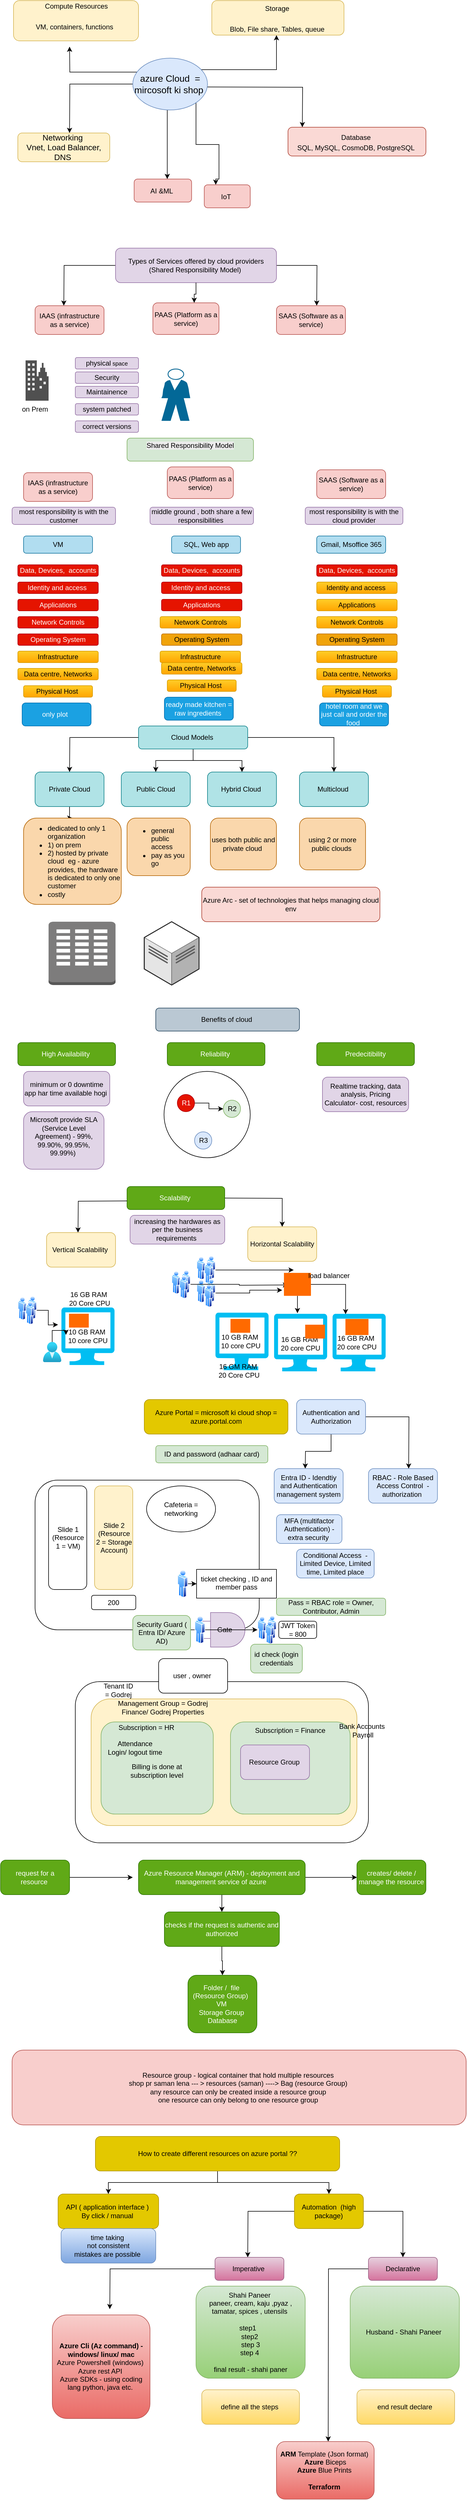
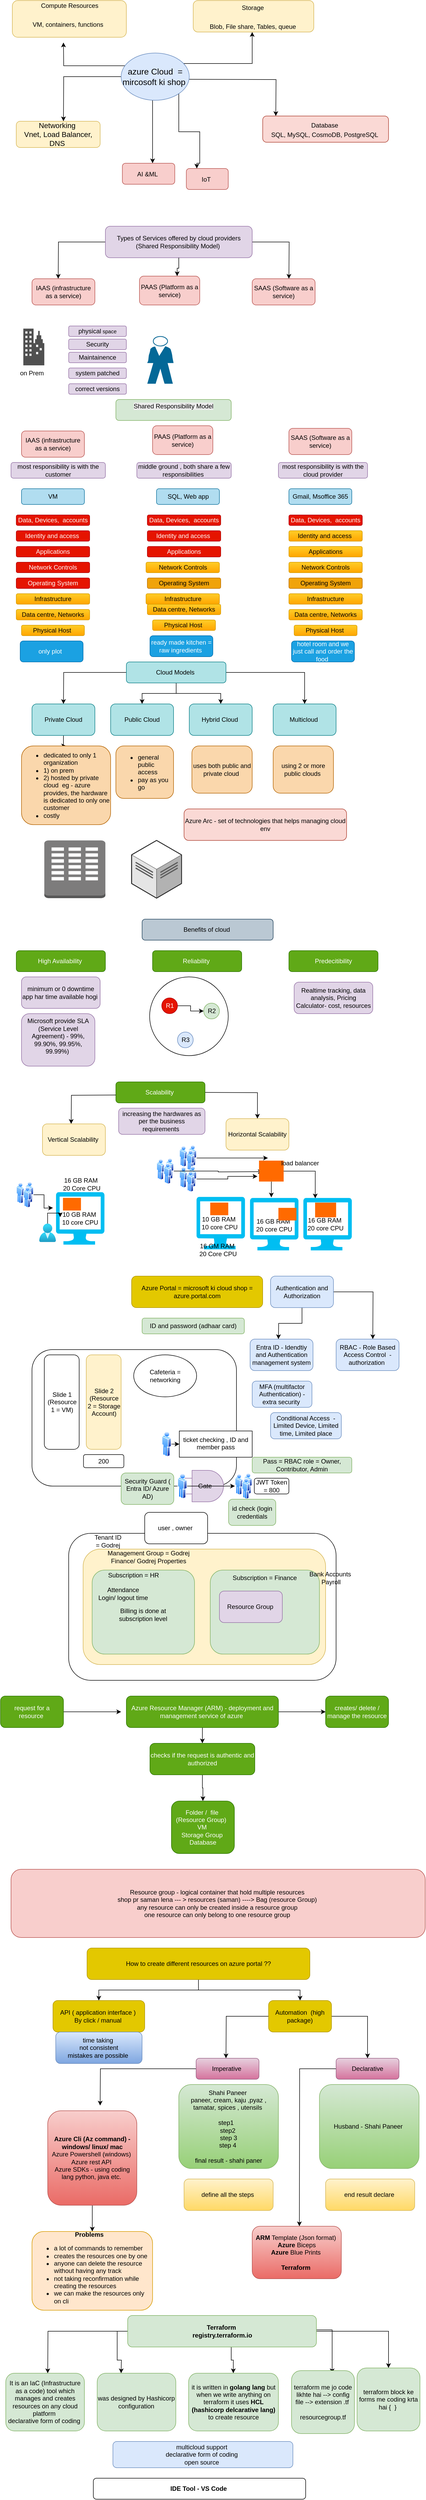
<mxfile host="app.diagrams.net">
  <diagram name="Page-1" id="3FCAWgGivvUF1Nj-s7xG">
    <mxGraphModel dx="824" dy="422" grid="1" gridSize="10" guides="1" tooltips="1" connect="1" arrows="1" fold="1" page="1" pageScale="1" pageWidth="9000000" pageHeight="9011690" math="0" shadow="0">
      <root>
        <mxCell id="0" />
        <mxCell id="1" parent="0" />
        <mxCell id="ik6IsKgd0wWjUEhBft66-3" edge="1" parent="1" source="ik6IsKgd0wWjUEhBft66-2" style="edgeStyle=orthogonalEdgeStyle;rounded=0;orthogonalLoop=1;jettySize=auto;html=1;exitX=0.073;exitY=0.27;exitDx=0;exitDy=0;exitPerimeter=0;">
          <mxGeometry relative="1" as="geometry">
            <mxPoint x="440" y="250" as="sourcePoint" />
            <mxPoint x="290" y="170" as="targetPoint" />
          </mxGeometry>
        </mxCell>
        <mxCell id="ik6IsKgd0wWjUEhBft66-5" edge="1" parent="1" source="ik6IsKgd0wWjUEhBft66-2" style="edgeStyle=orthogonalEdgeStyle;rounded=0;orthogonalLoop=1;jettySize=auto;html=1;">
          <mxGeometry relative="1" as="geometry">
            <mxPoint x="290" y="320" as="targetPoint" />
          </mxGeometry>
        </mxCell>
        <mxCell id="ik6IsKgd0wWjUEhBft66-8" edge="1" parent="1" source="ik6IsKgd0wWjUEhBft66-2" style="edgeStyle=orthogonalEdgeStyle;rounded=0;orthogonalLoop=1;jettySize=auto;html=1;">
          <mxGeometry relative="1" as="geometry">
            <Array as="points">
              <mxPoint x="650" y="210" />
            </Array>
            <mxPoint x="650" y="150" as="targetPoint" />
          </mxGeometry>
        </mxCell>
        <mxCell id="ik6IsKgd0wWjUEhBft66-12" edge="1" parent="1" style="edgeStyle=orthogonalEdgeStyle;rounded=0;orthogonalLoop=1;jettySize=auto;html=1;">
          <mxGeometry relative="1" as="geometry">
            <mxPoint x="505" y="240" as="sourcePoint" />
            <mxPoint x="695" y="310" as="targetPoint" />
          </mxGeometry>
        </mxCell>
        <mxCell id="ik6IsKgd0wWjUEhBft66-14" edge="1" parent="1" source="ik6IsKgd0wWjUEhBft66-2" style="edgeStyle=orthogonalEdgeStyle;rounded=0;orthogonalLoop=1;jettySize=auto;html=1;">
          <mxGeometry relative="1" as="geometry">
            <Array as="points">
              <mxPoint x="460" y="400" />
            </Array>
            <mxPoint x="460" y="400" as="targetPoint" />
          </mxGeometry>
        </mxCell>
        <mxCell id="ik6IsKgd0wWjUEhBft66-16" edge="1" parent="1" source="ik6IsKgd0wWjUEhBft66-2" style="edgeStyle=orthogonalEdgeStyle;rounded=0;orthogonalLoop=1;jettySize=auto;html=1;entryX=0.25;entryY=0;entryDx=0;entryDy=0;" target="ik6IsKgd0wWjUEhBft66-17">
          <mxGeometry relative="1" as="geometry">
            <Array as="points">
              <mxPoint x="510" y="340" />
              <mxPoint x="550" y="340" />
              <mxPoint x="550" y="400" />
              <mxPoint x="544" y="400" />
            </Array>
            <mxPoint x="560" y="380" as="targetPoint" />
          </mxGeometry>
        </mxCell>
        <mxCell id="ik6IsKgd0wWjUEhBft66-2" parent="1" style="ellipse;whiteSpace=wrap;html=1;fillColor=#dae8fc;strokeColor=#6c8ebf;" value="&lt;font style=&quot;font-size: 16px;&quot;&gt;azure Cloud&amp;nbsp; = mircosoft ki shop&amp;nbsp;&lt;/font&gt;" vertex="1">
          <mxGeometry height="90" width="130" x="400" y="190" as="geometry" />
        </mxCell>
        <mxCell id="ik6IsKgd0wWjUEhBft66-4" parent="1" style="rounded=1;whiteSpace=wrap;html=1;fontSize=15;fillColor=#fff2cc;strokeColor=#d6b656;" value="&lt;font style=&quot;font-size: 12px;&quot;&gt;Compute Resources&lt;/font&gt;&lt;div&gt;&lt;font style=&quot;font-size: 12px;&quot;&gt;&lt;br&gt;&lt;/font&gt;&lt;/div&gt;&lt;div&gt;&lt;font style=&quot;font-size: 12px;&quot;&gt;VM, containers, functions&amp;nbsp;&amp;nbsp;&lt;/font&gt;&lt;div&gt;&lt;br&gt;&lt;/div&gt;&lt;/div&gt;" vertex="1">
          <mxGeometry height="70" width="217.5" x="192.5" y="90" as="geometry" />
        </mxCell>
        <mxCell id="ik6IsKgd0wWjUEhBft66-6" parent="1" style="rounded=1;whiteSpace=wrap;html=1;fontSize=14;fillColor=#fff2cc;strokeColor=#d6b656;" value="Networking&amp;nbsp;&lt;div&gt;Vnet, Load Balancer, DNS&amp;nbsp;&lt;/div&gt;" vertex="1">
          <mxGeometry height="50" width="160" x="200" y="320" as="geometry" />
        </mxCell>
        <mxCell id="ik6IsKgd0wWjUEhBft66-9" parent="1" style="rounded=1;whiteSpace=wrap;html=1;fontSize=15;fillColor=#fff2cc;strokeColor=#d6b656;" value="&lt;div&gt;&lt;div&gt;&lt;font style=&quot;font-size: 12px;&quot;&gt;Storage&amp;nbsp;&lt;/font&gt;&lt;/div&gt;&lt;/div&gt;&lt;div&gt;&lt;font style=&quot;font-size: 12px;&quot;&gt;&lt;br&gt;&lt;/font&gt;&lt;/div&gt;&lt;div&gt;&lt;font style=&quot;font-size: 12px;&quot;&gt;Blob, File share, Tables, queue&amp;nbsp;&lt;/font&gt;&lt;/div&gt;" vertex="1">
          <mxGeometry height="60" width="230" x="537.5" y="90" as="geometry" />
        </mxCell>
        <mxCell id="ik6IsKgd0wWjUEhBft66-13" parent="1" style="rounded=1;whiteSpace=wrap;html=1;fontSize=15;fillColor=#fad9d5;strokeColor=#ae4132;" value="&lt;div&gt;&lt;div&gt;&lt;font style=&quot;font-size: 12px;&quot;&gt;Database&amp;nbsp;&lt;/font&gt;&lt;/div&gt;&lt;/div&gt;&lt;div&gt;&lt;font style=&quot;font-size: 12px;&quot;&gt;SQL, MySQL, CosmoDB, PostgreSQL&amp;nbsp;&lt;/font&gt;&lt;/div&gt;" vertex="1">
          <mxGeometry height="50" width="240" x="670.05" y="310" as="geometry" />
        </mxCell>
        <mxCell id="ik6IsKgd0wWjUEhBft66-15" parent="1" style="rounded=1;whiteSpace=wrap;html=1;fontSize=14;fillColor=#f8cecc;strokeColor=#b85450;" value="&lt;font style=&quot;font-size: 12px;&quot;&gt;AI &amp;amp;ML&amp;nbsp;&lt;/font&gt;" vertex="1">
          <mxGeometry height="40" width="100" x="402.36" y="400" as="geometry" />
        </mxCell>
        <mxCell id="ik6IsKgd0wWjUEhBft66-17" parent="1" style="rounded=1;whiteSpace=wrap;html=1;fontSize=14;fillColor=#f8cecc;strokeColor=#b85450;" value="&lt;font style=&quot;font-size: 12px;&quot;&gt;IoT&amp;nbsp;&lt;/font&gt;" vertex="1">
          <mxGeometry height="40" width="80" x="524.36" y="410" as="geometry" />
        </mxCell>
        <mxCell id="ik6IsKgd0wWjUEhBft66-19" edge="1" parent="1" source="ik6IsKgd0wWjUEhBft66-18" style="edgeStyle=orthogonalEdgeStyle;rounded=0;orthogonalLoop=1;jettySize=auto;html=1;">
          <mxGeometry relative="1" as="geometry">
            <mxPoint x="280" y="620" as="targetPoint" />
          </mxGeometry>
        </mxCell>
        <mxCell id="ik6IsKgd0wWjUEhBft66-25" edge="1" parent="1" source="ik6IsKgd0wWjUEhBft66-18" style="edgeStyle=orthogonalEdgeStyle;rounded=0;orthogonalLoop=1;jettySize=auto;html=1;">
          <mxGeometry relative="1" as="geometry">
            <mxPoint x="720" y="620" as="targetPoint" />
          </mxGeometry>
        </mxCell>
        <mxCell id="ik6IsKgd0wWjUEhBft66-18" parent="1" style="rounded=1;whiteSpace=wrap;html=1;fillColor=#e1d5e7;strokeColor=#9673a6;" value="Types of Services offered by cloud providers (Shared Responsibility Model)&amp;nbsp;" vertex="1">
          <mxGeometry height="60" width="280" x="370" y="520" as="geometry" />
        </mxCell>
        <mxCell id="ik6IsKgd0wWjUEhBft66-20" parent="1" style="rounded=1;whiteSpace=wrap;html=1;fillColor=#f8cecc;strokeColor=#b85450;" value="IAAS (infrastructure as a service)" vertex="1">
          <mxGeometry height="50" width="120" x="230" y="620" as="geometry" />
        </mxCell>
        <mxCell id="ik6IsKgd0wWjUEhBft66-21" parent="1" style="rounded=1;whiteSpace=wrap;html=1;fillColor=#f8cecc;strokeColor=#b85450;" value="PAAS (Platform as a service)" vertex="1">
          <mxGeometry height="55" width="115" x="435" y="615" as="geometry" />
        </mxCell>
        <mxCell id="ik6IsKgd0wWjUEhBft66-22" edge="1" parent="1" source="ik6IsKgd0wWjUEhBft66-18" style="edgeStyle=orthogonalEdgeStyle;rounded=0;orthogonalLoop=1;jettySize=auto;html=1;entryX=0.625;entryY=0;entryDx=0;entryDy=0;entryPerimeter=0;" target="ik6IsKgd0wWjUEhBft66-21">
          <mxGeometry relative="1" as="geometry" />
        </mxCell>
        <mxCell id="ik6IsKgd0wWjUEhBft66-24" parent="1" style="rounded=1;whiteSpace=wrap;html=1;fillColor=#f8cecc;strokeColor=#b85450;" value="SAAS (Software as a service)" vertex="1">
          <mxGeometry height="50" width="120" x="650" y="620" as="geometry" />
        </mxCell>
        <mxCell id="ik6IsKgd0wWjUEhBft66-26" parent="1" style="sketch=0;pointerEvents=1;shadow=0;dashed=0;html=1;strokeColor=none;fillColor=#505050;labelPosition=center;verticalLabelPosition=bottom;verticalAlign=top;outlineConnect=0;align=center;shape=mxgraph.office.concepts.on_premises;" value="" vertex="1">
          <mxGeometry height="70" width="40" x="213.5" y="715" as="geometry" />
        </mxCell>
        <mxCell id="ik6IsKgd0wWjUEhBft66-27" parent="1" style="rounded=1;whiteSpace=wrap;html=1;fillColor=#e1d5e7;strokeColor=#9673a6;" value="physical&lt;font size=&quot;1&quot;&gt;&amp;nbsp;space&lt;/font&gt;" vertex="1">
          <mxGeometry height="20" width="110" x="300" y="710" as="geometry" />
        </mxCell>
        <mxCell id="ik6IsKgd0wWjUEhBft66-28" parent="1" style="rounded=1;whiteSpace=wrap;html=1;fillColor=#e1d5e7;strokeColor=#9673a6;" value="Security" vertex="1">
          <mxGeometry height="20" width="110" x="300" y="735" as="geometry" />
        </mxCell>
        <mxCell id="ik6IsKgd0wWjUEhBft66-29" parent="1" style="rounded=1;whiteSpace=wrap;html=1;fillColor=#e1d5e7;strokeColor=#9673a6;" value="Maintainence" vertex="1">
          <mxGeometry height="20" width="110" x="300" y="760" as="geometry" />
        </mxCell>
        <mxCell id="ik6IsKgd0wWjUEhBft66-30" parent="1" style="rounded=1;whiteSpace=wrap;html=1;fillColor=#e1d5e7;strokeColor=#9673a6;" value="system patched" vertex="1">
          <mxGeometry height="20" width="110" x="300" y="790" as="geometry" />
        </mxCell>
        <mxCell id="ik6IsKgd0wWjUEhBft66-31" parent="1" style="rounded=1;whiteSpace=wrap;html=1;fillColor=#e1d5e7;strokeColor=#9673a6;" value="correct versions" vertex="1">
          <mxGeometry height="20" width="110" x="300" y="820" as="geometry" />
        </mxCell>
        <mxCell id="ik6IsKgd0wWjUEhBft66-32" parent="1" style="text;html=1;whiteSpace=wrap;strokeColor=none;fillColor=none;align=center;verticalAlign=middle;rounded=0;" value="on Prem" vertex="1">
          <mxGeometry height="30" width="60" x="200" y="785" as="geometry" />
        </mxCell>
        <mxCell id="ik6IsKgd0wWjUEhBft66-33" parent="1" style="shape=mxgraph.cisco.people.standing_man;html=1;pointerEvents=1;dashed=0;fillColor=#036897;strokeColor=#ffffff;strokeWidth=2;verticalLabelPosition=bottom;verticalAlign=top;align=center;outlineConnect=0;" value="" vertex="1">
          <mxGeometry height="90" width="50" x="450" y="730" as="geometry" />
        </mxCell>
        <mxCell id="ik6IsKgd0wWjUEhBft66-34" parent="1" style="rounded=1;whiteSpace=wrap;html=1;fillColor=#d5e8d4;strokeColor=#82b366;verticalAlign=middle;" value="&#xa;&lt;span style=&quot;color: rgb(0, 0, 0); font-family: Helvetica; font-size: 12px; font-style: normal; font-variant-ligatures: normal; font-variant-caps: normal; font-weight: 400; letter-spacing: normal; orphans: 2; text-align: center; text-indent: 0px; text-transform: none; widows: 2; word-spacing: 0px; -webkit-text-stroke-width: 0px; white-space: normal; background-color: rgb(236, 236, 236); text-decoration-thickness: initial; text-decoration-style: initial; text-decoration-color: initial; display: inline !important; float: none;&quot;&gt;Shared Responsibility Model&lt;/span&gt;&#xa;&#xa;" vertex="1">
          <mxGeometry height="40" width="220" x="390" y="850" as="geometry" />
        </mxCell>
        <mxCell id="ik6IsKgd0wWjUEhBft66-35" parent="1" style="rounded=1;whiteSpace=wrap;html=1;fillColor=#f8cecc;strokeColor=#b85450;" value="IAAS (infrastructure as a service)" vertex="1">
          <mxGeometry height="50" width="120" x="210" y="910" as="geometry" />
        </mxCell>
        <mxCell id="ik6IsKgd0wWjUEhBft66-36" parent="1" style="rounded=1;whiteSpace=wrap;html=1;fillColor=#e1d5e7;strokeColor=#9673a6;" value="most responsibility is with the customer" vertex="1">
          <mxGeometry height="30" width="180" x="190" y="970" as="geometry" />
        </mxCell>
        <mxCell id="ik6IsKgd0wWjUEhBft66-37" parent="1" style="rounded=1;whiteSpace=wrap;html=1;fillColor=#f8cecc;strokeColor=#b85450;" value="PAAS (Platform as a service)" vertex="1">
          <mxGeometry height="55" width="115" x="460" y="900" as="geometry" />
        </mxCell>
        <mxCell id="ik6IsKgd0wWjUEhBft66-38" parent="1" style="rounded=1;whiteSpace=wrap;html=1;fillColor=#f8cecc;strokeColor=#b85450;" value="SAAS (Software as a service)" vertex="1">
          <mxGeometry height="50" width="120" x="720" y="905" as="geometry" />
        </mxCell>
        <mxCell id="ik6IsKgd0wWjUEhBft66-39" parent="1" style="rounded=1;whiteSpace=wrap;html=1;fillColor=#e1d5e7;strokeColor=#9673a6;" value="most responsibility is with the cloud provider" vertex="1">
          <mxGeometry height="30" width="170" x="700" y="970" as="geometry" />
        </mxCell>
        <mxCell id="ik6IsKgd0wWjUEhBft66-40" parent="1" style="rounded=1;whiteSpace=wrap;html=1;fillColor=#e1d5e7;strokeColor=#9673a6;" value="middle ground , both share a few responsibilities&amp;nbsp;" vertex="1">
          <mxGeometry height="30" width="180" x="430" y="970" as="geometry" />
        </mxCell>
        <mxCell id="ik6IsKgd0wWjUEhBft66-41" parent="1" style="rounded=1;whiteSpace=wrap;html=1;fillColor=#ffcd28;strokeColor=#d79b00;gradientColor=#ffa500;" value="Physical Host&amp;nbsp;" vertex="1">
          <mxGeometry height="20" width="120" x="210" y="1280" as="geometry" />
        </mxCell>
        <mxCell id="ik6IsKgd0wWjUEhBft66-42" parent="1" style="rounded=1;whiteSpace=wrap;html=1;fillColor=#ffcd28;gradientColor=#ffa500;strokeColor=#d79b00;" value="Data centre, Networks" vertex="1">
          <mxGeometry height="20" width="140" x="200" y="1250" as="geometry" />
        </mxCell>
        <mxCell id="ik6IsKgd0wWjUEhBft66-43" parent="1" style="rounded=1;whiteSpace=wrap;html=1;fillColor=#ffcd28;gradientColor=#ffa500;strokeColor=#d79b00;" value="Infrastructure" vertex="1">
          <mxGeometry height="20" width="140" x="200" y="1220" as="geometry" />
        </mxCell>
        <mxCell id="ik6IsKgd0wWjUEhBft66-44" parent="1" style="rounded=1;whiteSpace=wrap;html=1;fillColor=#e51400;fontColor=#ffffff;strokeColor=#B20000;" value="Operating System" vertex="1">
          <mxGeometry height="20" width="140" x="200" y="1190" as="geometry" />
        </mxCell>
        <mxCell id="ik6IsKgd0wWjUEhBft66-45" parent="1" style="rounded=1;whiteSpace=wrap;html=1;fillColor=#e51400;fontColor=#ffffff;strokeColor=#B20000;" value="Network Controls" vertex="1">
          <mxGeometry height="20" width="140" x="200" y="1160" as="geometry" />
        </mxCell>
        <mxCell id="ik6IsKgd0wWjUEhBft66-46" parent="1" style="rounded=1;whiteSpace=wrap;html=1;fillColor=#e51400;fontColor=#ffffff;strokeColor=#B20000;" value="Applications" vertex="1">
          <mxGeometry height="20" width="140" x="200" y="1130" as="geometry" />
        </mxCell>
        <mxCell id="ik6IsKgd0wWjUEhBft66-47" parent="1" style="rounded=1;whiteSpace=wrap;html=1;fillColor=#e51400;fontColor=#ffffff;strokeColor=#B20000;" value="Identity and access&amp;nbsp;" vertex="1">
          <mxGeometry height="20" width="140" x="200" y="1100" as="geometry" />
        </mxCell>
        <mxCell id="ik6IsKgd0wWjUEhBft66-48" parent="1" style="rounded=1;whiteSpace=wrap;html=1;fillColor=#e51400;fontColor=#ffffff;strokeColor=#B20000;" value="Data, Devices,&amp;nbsp; accounts" vertex="1">
          <mxGeometry height="20" width="140" x="200" y="1070" as="geometry" />
        </mxCell>
        <mxCell id="ik6IsKgd0wWjUEhBft66-49" parent="1" style="rounded=1;whiteSpace=wrap;html=1;fillColor=#ffcd28;strokeColor=#d79b00;gradientColor=#ffa500;" value="Physical Host&amp;nbsp;" vertex="1">
          <mxGeometry height="20" width="120" x="460" y="1270" as="geometry" />
        </mxCell>
        <mxCell id="ik6IsKgd0wWjUEhBft66-50" parent="1" style="rounded=1;whiteSpace=wrap;html=1;fillColor=#ffcd28;gradientColor=#ffa500;strokeColor=#d79b00;" value="Data centre, Networks" vertex="1">
          <mxGeometry height="20" width="140" x="450" y="1240" as="geometry" />
        </mxCell>
        <mxCell id="ik6IsKgd0wWjUEhBft66-52" parent="1" style="rounded=1;whiteSpace=wrap;html=1;fillColor=#f0a30a;fontColor=#000000;strokeColor=#BD7000;" value="Operating System" vertex="1">
          <mxGeometry height="20" width="140" x="450" y="1190" as="geometry" />
        </mxCell>
        <mxCell id="ik6IsKgd0wWjUEhBft66-53" parent="1" style="rounded=1;whiteSpace=wrap;html=1;fillColor=#ffcd28;strokeColor=#d79b00;gradientColor=#ffa500;" value="Network Controls" vertex="1">
          <mxGeometry height="20" width="140" x="447.5" y="1160" as="geometry" />
        </mxCell>
        <mxCell id="ik6IsKgd0wWjUEhBft66-54" parent="1" style="rounded=1;whiteSpace=wrap;html=1;fillColor=#e51400;fontColor=#ffffff;strokeColor=#B20000;" value="Applications" vertex="1">
          <mxGeometry height="20" width="140" x="450" y="1130" as="geometry" />
        </mxCell>
        <mxCell id="ik6IsKgd0wWjUEhBft66-55" parent="1" style="rounded=1;whiteSpace=wrap;html=1;fillColor=#e51400;fontColor=#ffffff;strokeColor=#B20000;" value="Identity and access&amp;nbsp;" vertex="1">
          <mxGeometry height="20" width="140" x="450" y="1100" as="geometry" />
        </mxCell>
        <mxCell id="ik6IsKgd0wWjUEhBft66-56" parent="1" style="rounded=1;whiteSpace=wrap;html=1;fillColor=#e51400;fontColor=#ffffff;strokeColor=#B20000;" value="Data, Devices,&amp;nbsp; accounts" vertex="1">
          <mxGeometry height="20" width="140" x="450" y="1070" as="geometry" />
        </mxCell>
        <mxCell id="ik6IsKgd0wWjUEhBft66-57" parent="1" style="rounded=1;whiteSpace=wrap;html=1;fillColor=#ffcd28;strokeColor=#d79b00;gradientColor=#ffa500;" value="Physical Host&amp;nbsp;" vertex="1">
          <mxGeometry height="20" width="120" x="730" y="1280" as="geometry" />
        </mxCell>
        <mxCell id="ik6IsKgd0wWjUEhBft66-58" parent="1" style="rounded=1;whiteSpace=wrap;html=1;fillColor=#ffcd28;gradientColor=#ffa500;strokeColor=#d79b00;" value="Data centre, Networks" vertex="1">
          <mxGeometry height="20" width="140" x="720" y="1250" as="geometry" />
        </mxCell>
        <mxCell id="ik6IsKgd0wWjUEhBft66-59" parent="1" style="rounded=1;whiteSpace=wrap;html=1;fillColor=#ffcd28;gradientColor=#ffa500;strokeColor=#d79b00;" value="Infrastructure" vertex="1">
          <mxGeometry height="20" width="140" x="447.5" y="1220" as="geometry" />
        </mxCell>
        <mxCell id="ik6IsKgd0wWjUEhBft66-60" parent="1" style="rounded=1;whiteSpace=wrap;html=1;fillColor=#ffcd28;gradientColor=#ffa500;strokeColor=#d79b00;" value="Infrastructure" vertex="1">
          <mxGeometry height="20" width="140" x="720" y="1220" as="geometry" />
        </mxCell>
        <mxCell id="ik6IsKgd0wWjUEhBft66-61" parent="1" style="rounded=1;whiteSpace=wrap;html=1;fillColor=#f0a30a;fontColor=#000000;strokeColor=#BD7000;" value="Operating System" vertex="1">
          <mxGeometry height="20" width="140" x="720" y="1190" as="geometry" />
        </mxCell>
        <mxCell id="ik6IsKgd0wWjUEhBft66-62" parent="1" style="rounded=1;whiteSpace=wrap;html=1;fillColor=#ffcd28;strokeColor=#d79b00;gradientColor=#ffa500;" value="Network Controls" vertex="1">
          <mxGeometry height="20" width="140" x="720" y="1160" as="geometry" />
        </mxCell>
        <mxCell id="ik6IsKgd0wWjUEhBft66-63" parent="1" style="rounded=1;whiteSpace=wrap;html=1;fillColor=#ffcd28;strokeColor=#d79b00;gradientColor=#ffa500;" value="Applications" vertex="1">
          <mxGeometry height="20" width="140" x="720" y="1130" as="geometry" />
        </mxCell>
        <mxCell id="ik6IsKgd0wWjUEhBft66-64" parent="1" style="rounded=1;whiteSpace=wrap;html=1;fillColor=#ffcd28;strokeColor=#d79b00;gradientColor=#ffa500;" value="Identity and access&amp;nbsp;" vertex="1">
          <mxGeometry height="20" width="140" x="720" y="1100" as="geometry" />
        </mxCell>
        <mxCell id="ik6IsKgd0wWjUEhBft66-65" parent="1" style="rounded=1;whiteSpace=wrap;html=1;fillColor=#e51400;fontColor=#ffffff;strokeColor=#B20000;" value="Data, Devices,&amp;nbsp; accounts" vertex="1">
          <mxGeometry height="20" width="140" x="720" y="1070" as="geometry" />
        </mxCell>
        <mxCell id="ik6IsKgd0wWjUEhBft66-66" parent="1" style="rounded=1;whiteSpace=wrap;html=1;fillColor=#b1ddf0;strokeColor=#10739e;" value="VM" vertex="1">
          <mxGeometry height="30" width="120" x="210" y="1020" as="geometry" />
        </mxCell>
        <mxCell id="ik6IsKgd0wWjUEhBft66-67" parent="1" style="rounded=1;whiteSpace=wrap;html=1;fillColor=#b1ddf0;strokeColor=#10739e;" value="SQL, Web app" vertex="1">
          <mxGeometry height="30" width="120" x="467.5" y="1020" as="geometry" />
        </mxCell>
        <mxCell id="ik6IsKgd0wWjUEhBft66-68" parent="1" style="rounded=1;whiteSpace=wrap;html=1;fillColor=#b1ddf0;strokeColor=#10739e;" value="Gmail, Msoffice 365" vertex="1">
          <mxGeometry height="30" width="120" x="720" y="1020" as="geometry" />
        </mxCell>
        <mxCell id="ik6IsKgd0wWjUEhBft66-70" edge="1" parent="1" source="ik6IsKgd0wWjUEhBft66-69" style="edgeStyle=orthogonalEdgeStyle;rounded=0;orthogonalLoop=1;jettySize=auto;html=1;">
          <mxGeometry relative="1" as="geometry">
            <mxPoint x="290" y="1430" as="targetPoint" />
          </mxGeometry>
        </mxCell>
        <mxCell id="ik6IsKgd0wWjUEhBft66-75" edge="1" parent="1" source="ik6IsKgd0wWjUEhBft66-69" style="edgeStyle=orthogonalEdgeStyle;rounded=0;orthogonalLoop=1;jettySize=auto;html=1;" target="ik6IsKgd0wWjUEhBft66-74" value="">
          <mxGeometry relative="1" as="geometry" />
        </mxCell>
        <mxCell id="ik6IsKgd0wWjUEhBft66-77" edge="1" parent="1" source="ik6IsKgd0wWjUEhBft66-69" style="edgeStyle=orthogonalEdgeStyle;rounded=0;orthogonalLoop=1;jettySize=auto;html=1;" target="ik6IsKgd0wWjUEhBft66-76" value="">
          <mxGeometry relative="1" as="geometry" />
        </mxCell>
        <mxCell id="ik6IsKgd0wWjUEhBft66-79" edge="1" parent="1" source="ik6IsKgd0wWjUEhBft66-69" style="edgeStyle=orthogonalEdgeStyle;rounded=0;orthogonalLoop=1;jettySize=auto;html=1;" target="ik6IsKgd0wWjUEhBft66-78" value="">
          <mxGeometry relative="1" as="geometry" />
        </mxCell>
        <mxCell id="ik6IsKgd0wWjUEhBft66-69" parent="1" style="rounded=1;whiteSpace=wrap;html=1;fillColor=#b0e3e6;strokeColor=#0e8088;" value="Cloud Models&amp;nbsp;" vertex="1">
          <mxGeometry height="40" width="190" x="410" y="1350" as="geometry" />
        </mxCell>
        <mxCell id="ik6IsKgd0wWjUEhBft66-81" edge="1" parent="1" source="ik6IsKgd0wWjUEhBft66-71" style="edgeStyle=orthogonalEdgeStyle;rounded=0;orthogonalLoop=1;jettySize=auto;html=1;" target="ik6IsKgd0wWjUEhBft66-80" value="">
          <mxGeometry relative="1" as="geometry" />
        </mxCell>
        <mxCell id="ik6IsKgd0wWjUEhBft66-71" parent="1" style="rounded=1;whiteSpace=wrap;html=1;fillColor=#b0e3e6;strokeColor=#0e8088;" value="Private Cloud" vertex="1">
          <mxGeometry height="60" width="120" x="230" y="1430" as="geometry" />
        </mxCell>
        <mxCell id="ik6IsKgd0wWjUEhBft66-74" parent="1" style="whiteSpace=wrap;html=1;rounded=1;fillColor=#b0e3e6;strokeColor=#0e8088;" value="Public Cloud" vertex="1">
          <mxGeometry height="60" width="120" x="380" y="1430" as="geometry" />
        </mxCell>
        <mxCell id="ik6IsKgd0wWjUEhBft66-76" parent="1" style="whiteSpace=wrap;html=1;rounded=1;fillColor=#b0e3e6;strokeColor=#0e8088;" value="Hybrid Cloud&amp;nbsp;" vertex="1">
          <mxGeometry height="60" width="120" x="530" y="1430" as="geometry" />
        </mxCell>
        <mxCell id="ik6IsKgd0wWjUEhBft66-78" parent="1" style="whiteSpace=wrap;html=1;rounded=1;fillColor=#b0e3e6;strokeColor=#0e8088;" value="Multicloud&amp;nbsp;" vertex="1">
          <mxGeometry height="60" width="120" x="690" y="1430" as="geometry" />
        </mxCell>
        <mxCell id="ik6IsKgd0wWjUEhBft66-80" parent="1" style="whiteSpace=wrap;html=1;rounded=1;align=left;fillColor=#fad7ac;strokeColor=#b46504;" value="&lt;ul&gt;&lt;li&gt;dedicated to only 1 organization&amp;nbsp;&lt;/li&gt;&lt;li&gt;1) on prem&lt;/li&gt;&lt;li&gt;2) hosted by private cloud&amp;nbsp; eg - azure provides, the hardware is dedicated to only one customer&lt;/li&gt;&lt;li&gt;costly&amp;nbsp;&amp;nbsp;&lt;/li&gt;&lt;/ul&gt;" vertex="1">
          <mxGeometry height="150" width="170" x="210" y="1510" as="geometry" />
        </mxCell>
        <mxCell id="ik6IsKgd0wWjUEhBft66-82" parent="1" style="outlineConnect=0;dashed=0;verticalLabelPosition=bottom;verticalAlign=top;align=center;html=1;shape=mxgraph.aws3.corporate_data_center;fillColor=#7D7C7C;gradientColor=none;" value="" vertex="1">
          <mxGeometry height="110" width="116.5" x="253.5" y="1690" as="geometry" />
        </mxCell>
        <mxCell id="ik6IsKgd0wWjUEhBft66-83" parent="1" style="verticalLabelPosition=bottom;html=1;verticalAlign=top;strokeWidth=1;align=center;outlineConnect=0;dashed=0;outlineConnect=0;shape=mxgraph.aws3d.dataCenter;strokeColor=#5E5E5E;aspect=fixed;strokeColor2=#292929;" value="" vertex="1">
          <mxGeometry height="110" width="95.28" x="420" y="1690" as="geometry" />
        </mxCell>
        <mxCell id="ik6IsKgd0wWjUEhBft66-84" parent="1" style="whiteSpace=wrap;html=1;rounded=1;align=left;fillColor=#fad7ac;strokeColor=#b46504;" value="&lt;ul&gt;&lt;li&gt;general public access&amp;nbsp;&lt;/li&gt;&lt;li&gt;pay as you go&amp;nbsp;&lt;/li&gt;&lt;/ul&gt;" vertex="1">
          <mxGeometry height="100" width="110" x="390" y="1510" as="geometry" />
        </mxCell>
        <mxCell id="ik6IsKgd0wWjUEhBft66-85" parent="1" style="whiteSpace=wrap;html=1;rounded=1;align=center;fillColor=#fad7ac;strokeColor=#b46504;" value="&lt;span style=&quot;background-color: transparent; color: light-dark(rgb(0, 0, 0), rgb(255, 255, 255));&quot;&gt;uses both public and private cloud&amp;nbsp;&lt;/span&gt;" vertex="1">
          <mxGeometry height="90" width="115" x="535" y="1510" as="geometry" />
        </mxCell>
        <mxCell id="ik6IsKgd0wWjUEhBft66-86" parent="1" style="whiteSpace=wrap;html=1;rounded=1;align=center;fillColor=#fad7ac;strokeColor=#b46504;" value="using 2 or more public clouds&amp;nbsp;" vertex="1">
          <mxGeometry height="90" width="115" x="690" y="1510" as="geometry" />
        </mxCell>
        <mxCell id="ik6IsKgd0wWjUEhBft66-87" parent="1" style="rounded=1;whiteSpace=wrap;html=1;fillColor=#fad9d5;strokeColor=#ae4132;" value="Azure Arc - set of technologies that helps managing cloud env" vertex="1">
          <mxGeometry height="60" width="310" x="520" y="1630" as="geometry" />
        </mxCell>
        <mxCell id="ik6IsKgd0wWjUEhBft66-88" parent="1" style="rounded=1;whiteSpace=wrap;html=1;fillColor=#bac8d3;strokeColor=#23445d;" value="Benefits of cloud&amp;nbsp;" vertex="1">
          <mxGeometry height="40" width="250" x="440" y="1840" as="geometry" />
        </mxCell>
        <mxCell id="MNFPe3E4O46FSrIpNTyM-1" parent="1" style="rounded=1;whiteSpace=wrap;html=1;fillColor=#60a917;fontColor=#ffffff;strokeColor=#2D7600;" value="High Availability&amp;nbsp;" vertex="1">
          <mxGeometry height="40" width="170" x="200" y="1900" as="geometry" />
        </mxCell>
        <mxCell id="MNFPe3E4O46FSrIpNTyM-2" parent="1" style="rounded=1;whiteSpace=wrap;html=1;fillColor=#e1d5e7;strokeColor=#9673a6;" value="minimum or 0 downtime&lt;br&gt;app har time available hogi&amp;nbsp;" vertex="1">
          <mxGeometry height="60" width="150" x="210" y="1950" as="geometry" />
        </mxCell>
        <mxCell id="MNFPe3E4O46FSrIpNTyM-3" parent="1" style="rounded=1;whiteSpace=wrap;html=1;fillColor=#e1d5e7;strokeColor=#9673a6;" value="Microsoft provide SLA (Service Level Agreement) - 99%, 99.90%, 99.95%, 99.99%)&amp;nbsp;&lt;div&gt;&lt;br&gt;&lt;/div&gt;" vertex="1">
          <mxGeometry height="100" width="140" x="210" y="2020" as="geometry" />
        </mxCell>
        <mxCell id="MNFPe3E4O46FSrIpNTyM-10" edge="1" parent="1" style="edgeStyle=orthogonalEdgeStyle;rounded=0;orthogonalLoop=1;jettySize=auto;html=1;" target="MNFPe3E4O46FSrIpNTyM-9" value="">
          <mxGeometry relative="1" as="geometry">
            <mxPoint x="545" y="2170" as="sourcePoint" />
          </mxGeometry>
        </mxCell>
        <mxCell id="MNFPe3E4O46FSrIpNTyM-4" parent="1" style="rounded=1;whiteSpace=wrap;html=1;fillColor=#60a917;fontColor=#ffffff;strokeColor=#2D7600;" value="Scalability&amp;nbsp;" vertex="1">
          <mxGeometry height="40" width="170" x="390" y="2150" as="geometry" />
        </mxCell>
        <mxCell id="MNFPe3E4O46FSrIpNTyM-8" edge="1" parent="1" style="edgeStyle=orthogonalEdgeStyle;rounded=0;orthogonalLoop=1;jettySize=auto;html=1;" value="">
          <mxGeometry relative="1" as="geometry">
            <mxPoint x="389.9999999999999" y="2175" as="sourcePoint" />
            <mxPoint x="304.72" y="2230" as="targetPoint" />
          </mxGeometry>
        </mxCell>
        <mxCell id="MNFPe3E4O46FSrIpNTyM-6" parent="1" style="rounded=1;whiteSpace=wrap;html=1;fillColor=#e1d5e7;strokeColor=#9673a6;" value="increasing the hardwares as per the business requirements&amp;nbsp;" vertex="1">
          <mxGeometry height="50" width="164.72" x="395.28" y="2200" as="geometry" />
        </mxCell>
        <mxCell id="MNFPe3E4O46FSrIpNTyM-7" parent="1" style="whiteSpace=wrap;html=1;rounded=1;fillColor=#fff2cc;strokeColor=#d6b656;" value="Vertical Scalability&amp;nbsp;" vertex="1">
          <mxGeometry height="60" width="120" x="250" y="2230" as="geometry" />
        </mxCell>
        <mxCell id="MNFPe3E4O46FSrIpNTyM-9" parent="1" style="whiteSpace=wrap;html=1;fillColor=#fff2cc;strokeColor=#d6b656;rounded=1;" value="Horizontal Scalability" vertex="1">
          <mxGeometry height="60" width="120" x="600" y="2220" as="geometry" />
        </mxCell>
        <mxCell id="MNFPe3E4O46FSrIpNTyM-11" parent="1" style="verticalLabelPosition=bottom;html=1;verticalAlign=top;align=center;strokeColor=none;fillColor=#00BEF2;shape=mxgraph.azure.computer;pointerEvents=1;" value="" vertex="1">
          <mxGeometry height="100" width="92.5" x="275.75" y="2360" as="geometry" />
        </mxCell>
        <mxCell id="MNFPe3E4O46FSrIpNTyM-12" parent="1" style="text;html=1;whiteSpace=wrap;strokeColor=none;fillColor=none;align=center;verticalAlign=middle;rounded=0;" value="10 GB RAM&amp;nbsp;&lt;div&gt;10 core CPU&lt;/div&gt;" vertex="1">
          <mxGeometry height="30" width="76" x="284" y="2395" as="geometry" />
        </mxCell>
        <mxCell id="MNFPe3E4O46FSrIpNTyM-13" parent="1" style="points=[];aspect=fixed;html=1;align=center;shadow=0;dashed=0;fillColor=#FF6A00;strokeColor=none;shape=mxgraph.alibaba_cloud.amscloudapp;" value="" vertex="1">
          <mxGeometry height="24" width="34.36" x="289.07" y="2371" as="geometry" />
        </mxCell>
        <mxCell id="MNFPe3E4O46FSrIpNTyM-14" parent="1" style="image;aspect=fixed;html=1;points=[];align=center;fontSize=12;image=img/lib/azure2/identity/Users.svg;" value="" vertex="1">
          <mxGeometry height="35" width="32" x="243.75" y="2420" as="geometry" />
        </mxCell>
        <mxCell id="MNFPe3E4O46FSrIpNTyM-16" edge="1" parent="1" source="MNFPe3E4O46FSrIpNTyM-15" style="edgeStyle=orthogonalEdgeStyle;rounded=0;orthogonalLoop=1;jettySize=auto;html=1;">
          <mxGeometry relative="1" as="geometry">
            <mxPoint x="270" y="2390" as="targetPoint" />
          </mxGeometry>
        </mxCell>
        <mxCell id="MNFPe3E4O46FSrIpNTyM-15" parent="1" style="image;aspect=fixed;perimeter=ellipsePerimeter;html=1;align=center;shadow=0;dashed=0;spacingTop=3;image=img/lib/active_directory/users.svg;" value="" vertex="1">
          <mxGeometry height="50" width="33" x="200" y="2340" as="geometry" />
        </mxCell>
        <mxCell id="MNFPe3E4O46FSrIpNTyM-17" parent="1" style="text;html=1;whiteSpace=wrap;strokeColor=none;fillColor=none;align=center;verticalAlign=middle;rounded=0;" value="16 GB RAM&amp;nbsp;&lt;div&gt;20 Core CPU&lt;/div&gt;" vertex="1">
          <mxGeometry height="30" width="110" x="270" y="2330" as="geometry" />
        </mxCell>
        <mxCell id="MNFPe3E4O46FSrIpNTyM-18" parent="1" style="verticalLabelPosition=bottom;html=1;verticalAlign=top;align=center;strokeColor=none;fillColor=#00BEF2;shape=mxgraph.azure.computer;pointerEvents=1;" value="" vertex="1">
          <mxGeometry height="100" width="92.5" x="543.75" y="2369" as="geometry" />
        </mxCell>
        <mxCell id="MNFPe3E4O46FSrIpNTyM-19" parent="1" style="text;html=1;whiteSpace=wrap;strokeColor=none;fillColor=none;align=center;verticalAlign=middle;rounded=0;" value="10 GB RAM&amp;nbsp;&lt;div&gt;10 core CPU&lt;/div&gt;" vertex="1">
          <mxGeometry height="30" width="76" x="550" y="2404" as="geometry" />
        </mxCell>
        <mxCell id="MNFPe3E4O46FSrIpNTyM-20" parent="1" style="text;html=1;whiteSpace=wrap;strokeColor=none;fillColor=none;align=center;verticalAlign=middle;rounded=0;" value="16 GM RAM&amp;nbsp;&lt;div&gt;20 Core CPU&lt;/div&gt;" vertex="1">
          <mxGeometry height="30" width="110" x="530" y="2455" as="geometry" />
        </mxCell>
        <mxCell id="MNFPe3E4O46FSrIpNTyM-21" parent="1" style="image;aspect=fixed;perimeter=ellipsePerimeter;html=1;align=center;shadow=0;dashed=0;spacingTop=3;image=img/lib/active_directory/users.svg;" value="" vertex="1">
          <mxGeometry height="50" width="33" x="511" y="2270" as="geometry" />
        </mxCell>
        <mxCell id="MNFPe3E4O46FSrIpNTyM-22" edge="1" parent="1" source="MNFPe3E4O46FSrIpNTyM-21" style="edgeStyle=orthogonalEdgeStyle;rounded=0;orthogonalLoop=1;jettySize=auto;html=1;">
          <mxGeometry relative="1" as="geometry">
            <mxPoint x="680" y="2295" as="targetPoint" />
          </mxGeometry>
        </mxCell>
        <mxCell id="MNFPe3E4O46FSrIpNTyM-23" parent="1" style="image;aspect=fixed;perimeter=ellipsePerimeter;html=1;align=center;shadow=0;dashed=0;spacingTop=3;image=img/lib/active_directory/users.svg;" value="" vertex="1">
          <mxGeometry height="50" width="33" x="511" y="2310" as="geometry" />
        </mxCell>
        <mxCell id="MNFPe3E4O46FSrIpNTyM-24" edge="1" parent="1" source="MNFPe3E4O46FSrIpNTyM-23" style="edgeStyle=orthogonalEdgeStyle;rounded=0;orthogonalLoop=1;jettySize=auto;html=1;entryX=-0.064;entryY=0.753;entryDx=0;entryDy=0;entryPerimeter=0;" target="MNFPe3E4O46FSrIpNTyM-35">
          <mxGeometry relative="1" as="geometry" />
        </mxCell>
        <mxCell id="MNFPe3E4O46FSrIpNTyM-25" parent="1" style="image;aspect=fixed;perimeter=ellipsePerimeter;html=1;align=center;shadow=0;dashed=0;spacingTop=3;image=img/lib/active_directory/users.svg;" value="" vertex="1">
          <mxGeometry height="50" width="33" x="467.5" y="2294.93" as="geometry" />
        </mxCell>
        <mxCell id="MNFPe3E4O46FSrIpNTyM-26" edge="1" parent="1" source="MNFPe3E4O46FSrIpNTyM-25" style="edgeStyle=orthogonalEdgeStyle;rounded=0;orthogonalLoop=1;jettySize=auto;html=1;">
          <mxGeometry relative="1" as="geometry">
            <mxPoint x="670" y="2321" as="targetPoint" />
          </mxGeometry>
        </mxCell>
        <mxCell id="MNFPe3E4O46FSrIpNTyM-27" parent="1" style="points=[];aspect=fixed;html=1;align=center;shadow=0;dashed=0;fillColor=#FF6A00;strokeColor=none;shape=mxgraph.alibaba_cloud.amscloudapp;" value="" vertex="1">
          <mxGeometry height="24" width="34.36" x="570" y="2380" as="geometry" />
        </mxCell>
        <mxCell id="MNFPe3E4O46FSrIpNTyM-29" parent="1" style="verticalLabelPosition=bottom;html=1;verticalAlign=top;align=center;strokeColor=none;fillColor=#00BEF2;shape=mxgraph.azure.computer;pointerEvents=1;" value="" vertex="1">
          <mxGeometry height="100" width="92.5" x="645.75" y="2371" as="geometry" />
        </mxCell>
        <mxCell id="MNFPe3E4O46FSrIpNTyM-30" parent="1" style="text;html=1;whiteSpace=wrap;strokeColor=none;fillColor=none;align=center;verticalAlign=middle;rounded=0;" value="16 GB RAM&amp;nbsp;&lt;div&gt;20 core CPU&lt;/div&gt;" vertex="1">
          <mxGeometry height="30" width="76" x="654" y="2408" as="geometry" />
        </mxCell>
        <mxCell id="MNFPe3E4O46FSrIpNTyM-31" parent="1" style="points=[];aspect=fixed;html=1;align=center;shadow=0;dashed=0;fillColor=#FF6A00;strokeColor=none;shape=mxgraph.alibaba_cloud.amscloudapp;" value="" vertex="1">
          <mxGeometry height="24" width="34.36" x="700" y="2390" as="geometry" />
        </mxCell>
        <mxCell id="MNFPe3E4O46FSrIpNTyM-32" parent="1" style="verticalLabelPosition=bottom;html=1;verticalAlign=top;align=center;strokeColor=none;fillColor=#00BEF2;shape=mxgraph.azure.computer;pointerEvents=1;" value="" vertex="1">
          <mxGeometry height="100" width="92.5" x="747.5" y="2371" as="geometry" />
        </mxCell>
        <mxCell id="MNFPe3E4O46FSrIpNTyM-33" parent="1" style="text;html=1;whiteSpace=wrap;strokeColor=none;fillColor=none;align=center;verticalAlign=middle;rounded=0;" value="16 GB RAM&amp;nbsp;&lt;div&gt;20 core CPU&lt;/div&gt;" vertex="1">
          <mxGeometry height="30" width="76" x="752" y="2406" as="geometry" />
        </mxCell>
        <mxCell id="MNFPe3E4O46FSrIpNTyM-34" parent="1" style="points=[];aspect=fixed;html=1;align=center;shadow=0;dashed=0;fillColor=#FF6A00;strokeColor=none;shape=mxgraph.alibaba_cloud.amscloudapp;" value="" vertex="1">
          <mxGeometry height="28" width="40.09" x="770" y="2380" as="geometry" />
        </mxCell>
        <mxCell id="MNFPe3E4O46FSrIpNTyM-39" edge="1" parent="1" source="MNFPe3E4O46FSrIpNTyM-35" style="edgeStyle=orthogonalEdgeStyle;rounded=0;orthogonalLoop=1;jettySize=auto;html=1;">
          <mxGeometry relative="1" as="geometry">
            <mxPoint x="686.5" y="2370" as="targetPoint" />
          </mxGeometry>
        </mxCell>
        <mxCell id="MNFPe3E4O46FSrIpNTyM-35" parent="1" style="points=[];aspect=fixed;html=1;align=center;shadow=0;dashed=0;fillColor=#FF6A00;strokeColor=none;shape=mxgraph.alibaba_cloud.clb_classic_load_balancer_01;" value="" vertex="1">
          <mxGeometry height="39.86" width="47" x="663" y="2300" as="geometry" />
        </mxCell>
        <mxCell id="MNFPe3E4O46FSrIpNTyM-36" parent="1" style="text;html=1;whiteSpace=wrap;strokeColor=none;fillColor=none;align=center;verticalAlign=middle;rounded=0;" value="load balancer" vertex="1">
          <mxGeometry height="30" width="82.5" x="700" y="2290" as="geometry" />
        </mxCell>
        <mxCell id="MNFPe3E4O46FSrIpNTyM-37" edge="1" parent="1" source="MNFPe3E4O46FSrIpNTyM-35" style="edgeStyle=orthogonalEdgeStyle;rounded=0;orthogonalLoop=1;jettySize=auto;html=1;entryX=0.246;entryY=0.008;entryDx=0;entryDy=0;entryPerimeter=0;" target="MNFPe3E4O46FSrIpNTyM-32">
          <mxGeometry relative="1" as="geometry" />
        </mxCell>
        <mxCell id="MNFPe3E4O46FSrIpNTyM-40" parent="1" style="rounded=1;whiteSpace=wrap;html=1;fillColor=#60a917;fontColor=#ffffff;strokeColor=#2D7600;" value="Reliability&amp;nbsp;" vertex="1">
          <mxGeometry height="40" width="170" x="460" y="1900" as="geometry" />
        </mxCell>
        <mxCell id="MNFPe3E4O46FSrIpNTyM-41" parent="1" style="ellipse;whiteSpace=wrap;html=1;aspect=fixed;" value="" vertex="1">
          <mxGeometry height="150" width="150" x="454.36" y="1950" as="geometry" />
        </mxCell>
        <mxCell id="MNFPe3E4O46FSrIpNTyM-45" edge="1" parent="1" source="MNFPe3E4O46FSrIpNTyM-42" style="edgeStyle=orthogonalEdgeStyle;rounded=0;orthogonalLoop=1;jettySize=auto;html=1;" target="MNFPe3E4O46FSrIpNTyM-43">
          <mxGeometry relative="1" as="geometry" />
        </mxCell>
        <mxCell id="MNFPe3E4O46FSrIpNTyM-42" parent="1" style="ellipse;whiteSpace=wrap;html=1;aspect=fixed;fillColor=#e51400;strokeColor=#B20000;fontColor=#ffffff;" value="R1" vertex="1">
          <mxGeometry height="30" width="30" x="477.5" y="1990" as="geometry" />
        </mxCell>
        <mxCell id="MNFPe3E4O46FSrIpNTyM-43" parent="1" style="ellipse;whiteSpace=wrap;html=1;aspect=fixed;fillColor=#d5e8d4;strokeColor=#82b366;" value="R2" vertex="1">
          <mxGeometry height="30" width="30" x="557.5" y="2000" as="geometry" />
        </mxCell>
        <mxCell id="MNFPe3E4O46FSrIpNTyM-44" parent="1" style="ellipse;whiteSpace=wrap;html=1;aspect=fixed;fillColor=#dae8fc;strokeColor=#6c8ebf;" value="R3" vertex="1">
          <mxGeometry height="30" width="30" x="507.5" y="2055" as="geometry" />
        </mxCell>
        <mxCell id="MNFPe3E4O46FSrIpNTyM-46" parent="1" style="rounded=1;whiteSpace=wrap;html=1;fillColor=#60a917;fontColor=#ffffff;strokeColor=#2D7600;" value="Predecitibility" vertex="1">
          <mxGeometry height="40" width="170" x="720" y="1900" as="geometry" />
        </mxCell>
        <mxCell id="MNFPe3E4O46FSrIpNTyM-48" parent="1" style="rounded=1;whiteSpace=wrap;html=1;fillColor=#e1d5e7;strokeColor=#9673a6;" value="Realtime tracking, data analysis, Pricing Calculator- cost, resources" vertex="1">
          <mxGeometry height="60" width="150" x="730" y="1960" as="geometry" />
        </mxCell>
        <mxCell id="MNFPe3E4O46FSrIpNTyM-49" parent="1" style="rounded=1;whiteSpace=wrap;html=1;fillColor=#e3c800;fontColor=#000000;strokeColor=#B09500;" value="Azure Portal = microsoft ki cloud shop = azure.portal.com" vertex="1">
          <mxGeometry height="60" width="250" x="420" y="2520" as="geometry" />
        </mxCell>
        <mxCell id="MNFPe3E4O46FSrIpNTyM-50" parent="1" style="rounded=1;whiteSpace=wrap;html=1;fillColor=#d5e8d4;strokeColor=#82b366;" value="ID and password (adhaar card)" vertex="1">
          <mxGeometry height="30" width="195" x="440" y="2600" as="geometry" />
        </mxCell>
        <mxCell id="MNFPe3E4O46FSrIpNTyM-51" parent="1" style="rounded=1;whiteSpace=wrap;html=1;" value="" vertex="1">
          <mxGeometry height="260" width="390" x="230" y="2660" as="geometry" />
        </mxCell>
        <mxCell id="MNFPe3E4O46FSrIpNTyM-52" parent="1" style="verticalLabelPosition=bottom;shadow=0;dashed=0;align=center;html=1;verticalAlign=top;shape=mxgraph.electrical.logic_gates.logic_gate;operation=and;fillColor=#e1d5e7;strokeColor=#9673a6;" value="" vertex="1">
          <mxGeometry height="60" width="100" x="515.28" y="2890" as="geometry" />
        </mxCell>
        <mxCell id="MNFPe3E4O46FSrIpNTyM-53" parent="1" style="text;html=1;whiteSpace=wrap;strokeColor=none;fillColor=none;align=center;verticalAlign=middle;rounded=0;" value="Gate" vertex="1">
          <mxGeometry height="30" width="60" x="530" y="2905" as="geometry" />
        </mxCell>
        <mxCell id="MNFPe3E4O46FSrIpNTyM-59" edge="1" parent="1" source="MNFPe3E4O46FSrIpNTyM-54" style="edgeStyle=orthogonalEdgeStyle;rounded=0;orthogonalLoop=1;jettySize=auto;html=1;" target="MNFPe3E4O46FSrIpNTyM-55">
          <mxGeometry relative="1" as="geometry" />
        </mxCell>
        <mxCell id="MNFPe3E4O46FSrIpNTyM-54" parent="1" style="image;aspect=fixed;perimeter=ellipsePerimeter;html=1;align=center;shadow=0;dashed=0;spacingTop=3;image=img/lib/active_directory/user.svg;" value="" vertex="1">
          <mxGeometry height="50" width="18.5" x="507.5" y="2895" as="geometry" />
        </mxCell>
        <mxCell id="MNFPe3E4O46FSrIpNTyM-55" parent="1" style="image;aspect=fixed;perimeter=ellipsePerimeter;html=1;align=center;shadow=0;dashed=0;spacingTop=3;image=img/lib/active_directory/users.svg;" value="" vertex="1">
          <mxGeometry height="50" width="33" x="617" y="2895" as="geometry" />
        </mxCell>
        <mxCell id="MNFPe3E4O46FSrIpNTyM-56" parent="1" style="rounded=1;whiteSpace=wrap;html=1;fillColor=#d5e8d4;strokeColor=#82b366;" value="id check (login credentials" vertex="1">
          <mxGeometry height="50" width="90" x="605" y="2945" as="geometry" />
        </mxCell>
        <mxCell id="MNFPe3E4O46FSrIpNTyM-57" parent="1" style="rounded=1;whiteSpace=wrap;html=1;fillColor=#d5e8d4;strokeColor=#82b366;" value="Security Guard ( Entra ID/ Azure AD)" vertex="1">
          <mxGeometry height="60" width="100.5" x="400" y="2895" as="geometry" />
        </mxCell>
        <mxCell id="MNFPe3E4O46FSrIpNTyM-60" parent="1" style="rounded=1;whiteSpace=wrap;html=1;" value="JWT Token = 800" vertex="1">
          <mxGeometry height="30" width="66" x="654" y="2905" as="geometry" />
        </mxCell>
        <mxCell id="MNFPe3E4O46FSrIpNTyM-61" parent="1" style="rounded=1;whiteSpace=wrap;html=1;" value="Slide 1 (Resource 1 = VM)" vertex="1">
          <mxGeometry height="180" width="66.5" x="253.5" y="2670" as="geometry" />
        </mxCell>
        <mxCell id="MNFPe3E4O46FSrIpNTyM-62" parent="1" style="rounded=1;whiteSpace=wrap;html=1;fillColor=#fff2cc;strokeColor=#d6b656;" value="Slide 2 (Resource 2 = Storage Account)" vertex="1">
          <mxGeometry height="180" width="66.5" x="333.5" y="2670" as="geometry" />
        </mxCell>
        <mxCell id="MNFPe3E4O46FSrIpNTyM-63" parent="1" style="ellipse;whiteSpace=wrap;html=1;" value="Cafeteria = networking" vertex="1">
          <mxGeometry height="80" width="120" x="424" y="2670" as="geometry" />
        </mxCell>
        <mxCell id="MNFPe3E4O46FSrIpNTyM-64" parent="1" style="rounded=1;whiteSpace=wrap;html=1;" value="200" vertex="1">
          <mxGeometry height="25" width="77" x="328.25" y="2860" as="geometry" />
        </mxCell>
        <mxCell id="MNFPe3E4O46FSrIpNTyM-66" parent="1" style="rounded=1;whiteSpace=wrap;html=1;fillColor=#d5e8d4;strokeColor=#82b366;" value="Pass = RBAC role = Owner, Contributor, Admin" vertex="1">
          <mxGeometry height="30" width="190" x="650" y="2865" as="geometry" />
        </mxCell>
        <mxCell id="MNFPe3E4O46FSrIpNTyM-68" edge="1" parent="1" source="MNFPe3E4O46FSrIpNTyM-67" style="edgeStyle=orthogonalEdgeStyle;rounded=0;orthogonalLoop=1;jettySize=auto;html=1;">
          <mxGeometry relative="1" as="geometry">
            <mxPoint x="700" y="2640" as="targetPoint" />
          </mxGeometry>
        </mxCell>
        <mxCell id="MNFPe3E4O46FSrIpNTyM-70" edge="1" parent="1" source="MNFPe3E4O46FSrIpNTyM-67" style="edgeStyle=orthogonalEdgeStyle;rounded=0;orthogonalLoop=1;jettySize=auto;html=1;">
          <mxGeometry relative="1" as="geometry">
            <mxPoint x="880" y="2640" as="targetPoint" />
          </mxGeometry>
        </mxCell>
        <mxCell id="MNFPe3E4O46FSrIpNTyM-67" parent="1" style="rounded=1;whiteSpace=wrap;html=1;fillColor=#dae8fc;strokeColor=#6c8ebf;" value="Authentication and Authorization" vertex="1">
          <mxGeometry height="60" width="120" x="685" y="2520" as="geometry" />
        </mxCell>
        <mxCell id="MNFPe3E4O46FSrIpNTyM-69" parent="1" style="rounded=1;whiteSpace=wrap;html=1;fillColor=#dae8fc;strokeColor=#6c8ebf;" value="Entra ID - Idendtiy and Authentication management system" vertex="1">
          <mxGeometry height="60" width="120" x="646" y="2640" as="geometry" />
        </mxCell>
        <mxCell id="MNFPe3E4O46FSrIpNTyM-71" parent="1" style="rounded=1;whiteSpace=wrap;html=1;fillColor=#dae8fc;strokeColor=#6c8ebf;" value="RBAC - Role Based Access Control&amp;nbsp; - authorization&amp;nbsp;" vertex="1">
          <mxGeometry height="60" width="120" x="810.09" y="2640" as="geometry" />
        </mxCell>
        <mxCell id="MNFPe3E4O46FSrIpNTyM-72" parent="1" style="rounded=1;whiteSpace=wrap;html=1;fillColor=#dae8fc;strokeColor=#6c8ebf;" value="MFA (multifactor Authentication) - extra security&amp;nbsp;" vertex="1">
          <mxGeometry height="50" width="114" x="650" y="2720" as="geometry" />
        </mxCell>
        <mxCell id="MNFPe3E4O46FSrIpNTyM-75" edge="1" parent="1" source="MNFPe3E4O46FSrIpNTyM-73" style="edgeStyle=orthogonalEdgeStyle;rounded=0;orthogonalLoop=1;jettySize=auto;html=1;" target="MNFPe3E4O46FSrIpNTyM-74" value="">
          <mxGeometry relative="1" as="geometry" />
        </mxCell>
        <mxCell id="MNFPe3E4O46FSrIpNTyM-73" parent="1" style="image;aspect=fixed;perimeter=ellipsePerimeter;html=1;align=center;shadow=0;dashed=0;spacingTop=3;image=img/lib/active_directory/user.svg;" value="" vertex="1">
          <mxGeometry height="50" width="18.5" x="477.5" y="2815" as="geometry" />
        </mxCell>
        <mxCell id="MNFPe3E4O46FSrIpNTyM-74" parent="1" style="whiteSpace=wrap;html=1;verticalAlign=top;labelBackgroundColor=default;shadow=0;dashed=0;spacingTop=3;" value="ticket checking , ID and member pass" vertex="1">
          <mxGeometry height="50" width="139" x="511" y="2815" as="geometry" />
        </mxCell>
        <mxCell id="MNFPe3E4O46FSrIpNTyM-76" parent="1" style="rounded=1;whiteSpace=wrap;html=1;fillColor=#dae8fc;strokeColor=#6c8ebf;" value="Conditional Access&amp;nbsp; - Limited Device, Limited time, Limited place" vertex="1">
          <mxGeometry height="50" width="135" x="685" y="2780" as="geometry" />
        </mxCell>
        <mxCell id="MNFPe3E4O46FSrIpNTyM-77" parent="1" style="rounded=1;whiteSpace=wrap;html=1;" value="" vertex="1">
          <mxGeometry height="280" width="510" x="300" y="3010" as="geometry" />
        </mxCell>
        <mxCell id="MNFPe3E4O46FSrIpNTyM-78" parent="1" style="rounded=1;whiteSpace=wrap;html=1;fillColor=#fff2cc;strokeColor=#d6b656;" value="" vertex="1">
          <mxGeometry height="220" width="462.5" x="327.5" y="3040" as="geometry" />
        </mxCell>
        <mxCell id="MNFPe3E4O46FSrIpNTyM-79" parent="1" style="text;html=1;whiteSpace=wrap;strokeColor=none;fillColor=none;align=center;verticalAlign=middle;rounded=0;" value="Management Group = Godrej Finance/ Godrej Properties" vertex="1">
          <mxGeometry height="30" width="164.72" x="370" y="3040" as="geometry" />
        </mxCell>
        <mxCell id="MNFPe3E4O46FSrIpNTyM-80" parent="1" style="rounded=1;whiteSpace=wrap;html=1;fillColor=#d5e8d4;strokeColor=#82b366;" value="" vertex="1">
          <mxGeometry height="160" width="195.25" x="344.75" y="3080" as="geometry" />
        </mxCell>
        <mxCell id="MNFPe3E4O46FSrIpNTyM-81" parent="1" style="text;html=1;whiteSpace=wrap;strokeColor=none;fillColor=none;align=center;verticalAlign=middle;rounded=0;" value="Subscription = HR&amp;nbsp;" vertex="1">
          <mxGeometry height="30" width="105" x="372.5" y="3075" as="geometry" />
        </mxCell>
        <mxCell id="MNFPe3E4O46FSrIpNTyM-82" parent="1" style="rounded=1;whiteSpace=wrap;html=1;fillColor=#d5e8d4;strokeColor=#82b366;" value="" vertex="1">
          <mxGeometry height="160" width="208.25" x="570" y="3080" as="geometry" />
        </mxCell>
        <mxCell id="MNFPe3E4O46FSrIpNTyM-83" parent="1" style="text;html=1;whiteSpace=wrap;strokeColor=none;fillColor=none;align=center;verticalAlign=middle;rounded=0;" value="Subscription = Finance" vertex="1">
          <mxGeometry height="30" width="132" x="608.13" y="3080" as="geometry" />
        </mxCell>
        <mxCell id="MNFPe3E4O46FSrIpNTyM-84" parent="1" style="text;html=1;whiteSpace=wrap;strokeColor=none;fillColor=none;align=center;verticalAlign=middle;rounded=0;" value="Attendance&lt;div&gt;Login/ logout time&lt;/div&gt;" vertex="1">
          <mxGeometry height="50" width="100" x="354.36" y="3100" as="geometry" />
        </mxCell>
        <mxCell id="MNFPe3E4O46FSrIpNTyM-86" parent="1" style="text;html=1;whiteSpace=wrap;strokeColor=none;fillColor=none;align=center;verticalAlign=middle;rounded=0;" value="Bank Accounts&amp;nbsp;&lt;div&gt;Payroll&lt;/div&gt;" vertex="1">
          <mxGeometry height="40" width="125" x="738.25" y="3075" as="geometry" />
        </mxCell>
        <mxCell id="MNFPe3E4O46FSrIpNTyM-87" parent="1" style="text;html=1;whiteSpace=wrap;strokeColor=none;fillColor=none;align=center;verticalAlign=middle;rounded=0;" value="Billing is done at subscription level" vertex="1">
          <mxGeometry height="30" width="156" x="364" y="3150" as="geometry" />
        </mxCell>
        <mxCell id="MNFPe3E4O46FSrIpNTyM-88" parent="1" style="text;html=1;whiteSpace=wrap;strokeColor=none;fillColor=none;align=center;verticalAlign=middle;rounded=0;" value="Tenant ID = Godrej" vertex="1">
          <mxGeometry height="30" width="60" x="345" y="3010" as="geometry" />
        </mxCell>
        <mxCell id="MNFPe3E4O46FSrIpNTyM-90" parent="1" style="rounded=1;whiteSpace=wrap;html=1;" value="user , owner&amp;nbsp;" vertex="1">
          <mxGeometry height="60" width="120" x="445" y="2970" as="geometry" />
        </mxCell>
        <mxCell id="MNFPe3E4O46FSrIpNTyM-91" parent="1" style="rounded=1;whiteSpace=wrap;html=1;fillColor=#e1d5e7;strokeColor=#9673a6;" value="Resource Group&amp;nbsp;" vertex="1">
          <mxGeometry height="60" width="120" x="587.5" y="3120" as="geometry" />
        </mxCell>
        <mxCell id="m2yAFZURwQzL_4JhR4vO-1" parent="1" style="rounded=1;whiteSpace=wrap;html=1;fillColor=#1ba1e2;strokeColor=#006EAF;fontColor=#ffffff;" value="only plot&amp;nbsp;&amp;nbsp;" vertex="1">
          <mxGeometry height="40" width="120" x="207.5" y="1310" as="geometry" />
        </mxCell>
        <mxCell id="m2yAFZURwQzL_4JhR4vO-2" parent="1" style="rounded=1;whiteSpace=wrap;html=1;fillColor=#1ba1e2;strokeColor=#006EAF;fontColor=#ffffff;" value="ready made kitchen = raw ingredients&amp;nbsp;" vertex="1">
          <mxGeometry height="40" width="120" x="455" y="1300" as="geometry" />
        </mxCell>
        <mxCell id="m2yAFZURwQzL_4JhR4vO-3" parent="1" style="rounded=1;whiteSpace=wrap;html=1;fillColor=#1ba1e2;strokeColor=#006EAF;fontColor=#ffffff;" value="hotel room and we just call and order the food&amp;nbsp;" vertex="1">
          <mxGeometry height="40" width="120" x="725" y="1310" as="geometry" />
        </mxCell>
        <mxCell id="m2yAFZURwQzL_4JhR4vO-7" edge="1" parent="1" source="MNFPe3E4O46FSrIpNTyM-14" style="edgeStyle=orthogonalEdgeStyle;rounded=0;orthogonalLoop=1;jettySize=auto;html=1;entryX=0.087;entryY=0.476;entryDx=0;entryDy=0;entryPerimeter=0;" target="MNFPe3E4O46FSrIpNTyM-11">
          <mxGeometry relative="1" as="geometry" />
        </mxCell>
        <mxCell id="m2yAFZURwQzL_4JhR4vO-12" edge="1" parent="1" source="m2yAFZURwQzL_4JhR4vO-8" style="edgeStyle=orthogonalEdgeStyle;rounded=0;orthogonalLoop=1;jettySize=auto;html=1;" target="m2yAFZURwQzL_4JhR4vO-11" value="">
          <mxGeometry relative="1" as="geometry" />
        </mxCell>
        <mxCell id="m2yAFZURwQzL_4JhR4vO-14" edge="1" parent="1" source="m2yAFZURwQzL_4JhR4vO-8" style="edgeStyle=orthogonalEdgeStyle;rounded=0;orthogonalLoop=1;jettySize=auto;html=1;" target="m2yAFZURwQzL_4JhR4vO-13" value="">
          <mxGeometry relative="1" as="geometry" />
        </mxCell>
        <mxCell id="m2yAFZURwQzL_4JhR4vO-8" parent="1" style="rounded=1;whiteSpace=wrap;html=1;fillColor=#60a917;fontColor=#ffffff;strokeColor=#2D7600;" value="Azure Resource Manager (ARM) - deployment and management service of azure&amp;nbsp;" vertex="1">
          <mxGeometry height="60" width="290" x="410" y="3320" as="geometry" />
        </mxCell>
        <mxCell id="m2yAFZURwQzL_4JhR4vO-10" edge="1" parent="1" source="m2yAFZURwQzL_4JhR4vO-9" style="edgeStyle=orthogonalEdgeStyle;rounded=0;orthogonalLoop=1;jettySize=auto;html=1;">
          <mxGeometry relative="1" as="geometry">
            <mxPoint x="400" y="3350" as="targetPoint" />
          </mxGeometry>
        </mxCell>
        <mxCell id="m2yAFZURwQzL_4JhR4vO-9" parent="1" style="rounded=1;whiteSpace=wrap;html=1;fillColor=#60a917;fontColor=#ffffff;strokeColor=#2D7600;" value="request for a resource&amp;nbsp;" vertex="1">
          <mxGeometry height="60" width="120" x="170" y="3320" as="geometry" />
        </mxCell>
        <mxCell id="m2yAFZURwQzL_4JhR4vO-16" edge="1" parent="1" source="m2yAFZURwQzL_4JhR4vO-11" style="edgeStyle=orthogonalEdgeStyle;rounded=0;orthogonalLoop=1;jettySize=auto;html=1;" target="m2yAFZURwQzL_4JhR4vO-15" value="">
          <mxGeometry relative="1" as="geometry" />
        </mxCell>
        <mxCell id="m2yAFZURwQzL_4JhR4vO-11" parent="1" style="whiteSpace=wrap;html=1;fillColor=#60a917;strokeColor=#2D7600;fontColor=#ffffff;rounded=1;" value="checks if the request is authentic and authorized" vertex="1">
          <mxGeometry height="60" width="200" x="455" y="3410" as="geometry" />
        </mxCell>
        <mxCell id="m2yAFZURwQzL_4JhR4vO-13" parent="1" style="whiteSpace=wrap;html=1;fillColor=#60a917;strokeColor=#2D7600;fontColor=#ffffff;rounded=1;" value="creates/ delete / manage the resource" vertex="1">
          <mxGeometry height="60" width="120" x="790" y="3320" as="geometry" />
        </mxCell>
        <mxCell id="m2yAFZURwQzL_4JhR4vO-15" parent="1" style="whiteSpace=wrap;html=1;fillColor=#60a917;strokeColor=#2D7600;fontColor=#ffffff;rounded=1;" value="Folder /&amp;nbsp; file&amp;nbsp; (Resource Group)&amp;nbsp;&amp;nbsp;&lt;div&gt;VM&amp;nbsp;&lt;/div&gt;&lt;div&gt;Storage Group&amp;nbsp;&lt;/div&gt;&lt;div&gt;Database&lt;/div&gt;" vertex="1">
          <mxGeometry height="100" width="120" x="496" y="3520" as="geometry" />
        </mxCell>
        <mxCell id="m2yAFZURwQzL_4JhR4vO-17" parent="1" style="rounded=1;whiteSpace=wrap;html=1;fillColor=#f8cecc;strokeColor=#b85450;" value="Resource group - logical container that hold multiple resources&amp;nbsp;&lt;div&gt;shop pr saman lena --- &amp;gt; resources (saman) ----&amp;gt; Bag (resource Group)&amp;nbsp;&lt;/div&gt;&lt;div&gt;any resource can only be created inside a resource group&amp;nbsp;&lt;/div&gt;&lt;div&gt;one resource can only belong to one resource group&amp;nbsp;&lt;/div&gt;" vertex="1">
          <mxGeometry height="130" width="790" x="190" y="3650" as="geometry" />
        </mxCell>
        <mxCell id="m2yAFZURwQzL_4JhR4vO-20" edge="1" parent="1" source="m2yAFZURwQzL_4JhR4vO-18" style="edgeStyle=orthogonalEdgeStyle;rounded=0;orthogonalLoop=1;jettySize=auto;html=1;" target="m2yAFZURwQzL_4JhR4vO-19" value="">
          <mxGeometry relative="1" as="geometry" />
        </mxCell>
        <mxCell id="m2yAFZURwQzL_4JhR4vO-22" edge="1" parent="1" source="m2yAFZURwQzL_4JhR4vO-18" style="edgeStyle=orthogonalEdgeStyle;rounded=0;orthogonalLoop=1;jettySize=auto;html=1;" target="m2yAFZURwQzL_4JhR4vO-21" value="">
          <mxGeometry relative="1" as="geometry" />
        </mxCell>
        <mxCell id="m2yAFZURwQzL_4JhR4vO-18" parent="1" style="rounded=1;whiteSpace=wrap;html=1;fillColor=#e3c800;fontColor=#000000;strokeColor=#B09500;" value="How to create different resources on azure portal ??" vertex="1">
          <mxGeometry height="60" width="425" x="335" y="3800" as="geometry" />
        </mxCell>
        <mxCell id="m2yAFZURwQzL_4JhR4vO-19" parent="1" style="whiteSpace=wrap;html=1;fillColor=#e3c800;strokeColor=#B09500;fontColor=#000000;rounded=1;" value="API ( application interface )&amp;nbsp;&lt;div&gt;By click / manual&amp;nbsp;&lt;/div&gt;" vertex="1">
          <mxGeometry height="60" width="175" x="270" y="3900" as="geometry" />
        </mxCell>
        <mxCell id="m2yAFZURwQzL_4JhR4vO-24" edge="1" parent="1" source="m2yAFZURwQzL_4JhR4vO-21" style="edgeStyle=orthogonalEdgeStyle;rounded=0;orthogonalLoop=1;jettySize=auto;html=1;">
          <mxGeometry relative="1" as="geometry">
            <mxPoint x="600" y="4010" as="targetPoint" />
          </mxGeometry>
        </mxCell>
        <mxCell id="m2yAFZURwQzL_4JhR4vO-25" edge="1" parent="1" source="m2yAFZURwQzL_4JhR4vO-21" style="edgeStyle=orthogonalEdgeStyle;rounded=0;orthogonalLoop=1;jettySize=auto;html=1;entryX=0.5;entryY=0;entryDx=0;entryDy=0;" target="m2yAFZURwQzL_4JhR4vO-27">
          <mxGeometry relative="1" as="geometry">
            <mxPoint x="870" y="4000" as="targetPoint" />
          </mxGeometry>
        </mxCell>
        <mxCell id="m2yAFZURwQzL_4JhR4vO-21" parent="1" style="whiteSpace=wrap;html=1;fillColor=#e3c800;strokeColor=#B09500;fontColor=#000000;rounded=1;" value="Automation&amp;nbsp; (high package)" vertex="1">
          <mxGeometry height="60" width="120" x="681.25" y="3900" as="geometry" />
        </mxCell>
        <mxCell id="m2yAFZURwQzL_4JhR4vO-23" parent="1" style="rounded=1;whiteSpace=wrap;html=1;fillColor=#dae8fc;gradientColor=#7ea6e0;strokeColor=#6c8ebf;" value="time taking&amp;nbsp;&lt;div&gt;not consistent&lt;/div&gt;&lt;div&gt;mistakes are possible&amp;nbsp;&lt;/div&gt;" vertex="1">
          <mxGeometry height="60" width="164.72" x="275.28" y="3960" as="geometry" />
        </mxCell>
        <mxCell id="m2yAFZURwQzL_4JhR4vO-33" edge="1" parent="1" source="m2yAFZURwQzL_4JhR4vO-26" style="edgeStyle=orthogonalEdgeStyle;rounded=0;orthogonalLoop=1;jettySize=auto;html=1;">
          <mxGeometry relative="1" as="geometry">
            <mxPoint x="360" y="4100" as="targetPoint" />
          </mxGeometry>
        </mxCell>
        <mxCell id="m2yAFZURwQzL_4JhR4vO-26" parent="1" style="rounded=1;whiteSpace=wrap;html=1;fillColor=#e6d0de;gradientColor=#d5739d;strokeColor=#996185;" value="Imperative&amp;nbsp;" vertex="1">
          <mxGeometry height="40" width="120" x="543" y="4010" as="geometry" />
        </mxCell>
        <mxCell id="m2yAFZURwQzL_4JhR4vO-35" edge="1" parent="1" source="m2yAFZURwQzL_4JhR4vO-27" style="edgeStyle=orthogonalEdgeStyle;rounded=0;orthogonalLoop=1;jettySize=auto;html=1;">
          <mxGeometry relative="1" as="geometry">
            <mxPoint x="740" y="4330" as="targetPoint" />
          </mxGeometry>
        </mxCell>
        <mxCell id="m2yAFZURwQzL_4JhR4vO-27" parent="1" style="rounded=1;whiteSpace=wrap;html=1;fillColor=#e6d0de;gradientColor=#d5739d;strokeColor=#996185;" value="Declarative" vertex="1">
          <mxGeometry height="40" width="120" x="810" y="4010" as="geometry" />
        </mxCell>
        <mxCell id="m2yAFZURwQzL_4JhR4vO-28" parent="1" style="rounded=1;whiteSpace=wrap;html=1;fillColor=#d5e8d4;gradientColor=#97d077;strokeColor=#82b366;" value="Shahi Paneer&amp;nbsp;&lt;div&gt;paneer, cream, kaju ,pyaz , tamatar, spices , utensils&amp;nbsp;&lt;/div&gt;&lt;div&gt;&lt;br&gt;&lt;/div&gt;&lt;div&gt;step1&amp;nbsp; &amp;nbsp;&lt;/div&gt;&lt;div&gt;&lt;span style=&quot;background-color: transparent; color: light-dark(rgb(0, 0, 0), rgb(255, 255, 255));&quot;&gt;step2&amp;nbsp;&lt;/span&gt;&lt;/div&gt;&lt;div&gt;step 3&lt;/div&gt;&lt;div&gt;step 4&amp;nbsp;&lt;/div&gt;&lt;div&gt;&lt;br&gt;&lt;/div&gt;&lt;div&gt;final result - shahi paner&lt;/div&gt;" vertex="1">
          <mxGeometry height="160" width="190" x="510" y="4060" as="geometry" />
        </mxCell>
        <mxCell id="m2yAFZURwQzL_4JhR4vO-29" parent="1" style="rounded=1;whiteSpace=wrap;html=1;fillColor=#d5e8d4;gradientColor=#97d077;strokeColor=#82b366;" value="Husband - Shahi Paneer&amp;nbsp;" vertex="1">
          <mxGeometry height="160" width="190" x="778.25" y="4060" as="geometry" />
        </mxCell>
        <mxCell id="m2yAFZURwQzL_4JhR4vO-30" parent="1" style="rounded=1;whiteSpace=wrap;html=1;fillColor=#fff2cc;gradientColor=#ffd966;strokeColor=#d6b656;" value="define all the steps&amp;nbsp;" vertex="1">
          <mxGeometry height="60" width="170" x="520" y="4240" as="geometry" />
        </mxCell>
        <mxCell id="m2yAFZURwQzL_4JhR4vO-31" parent="1" style="rounded=1;whiteSpace=wrap;html=1;fillColor=#fff2cc;gradientColor=#ffd966;strokeColor=#d6b656;" value="end result declare&amp;nbsp;" vertex="1">
          <mxGeometry height="60" width="170" x="790" y="4240" as="geometry" />
        </mxCell>
+         <mxCell id="EnjcHvna591Kqcv2CICR-1" edge="1" parent="1" source="m2yAFZURwQzL_4JhR4vO-34" style="edgeStyle=orthogonalEdgeStyle;rounded=0;orthogonalLoop=1;jettySize=auto;html=1;">
+           <mxGeometry relative="1" as="geometry">
+             <mxPoint x="345" y="4340" as="targetPoint" />
+           </mxGeometry>
+         </mxCell>
        <mxCell id="m2yAFZURwQzL_4JhR4vO-34" parent="1" style="rounded=1;whiteSpace=wrap;html=1;fillColor=#f8cecc;gradientColor=#ea6b66;strokeColor=#b85450;" value="&lt;b&gt;Azure Cli (Az command) - windows/ linux/ mac&lt;/b&gt;&lt;div&gt;Azure Powershell (windows)&amp;nbsp;&lt;/div&gt;&lt;div&gt;Azure rest API&amp;nbsp;&lt;/div&gt;&lt;div&gt;Azure SDKs - using coding lang python, java etc.&amp;nbsp;&lt;/div&gt;" vertex="1">
          <mxGeometry height="180" width="170" x="260" y="4110" as="geometry" />
        </mxCell>
        <mxCell id="m2yAFZURwQzL_4JhR4vO-36" parent="1" style="rounded=1;whiteSpace=wrap;html=1;fillColor=#f8cecc;gradientColor=#ea6b66;strokeColor=#b85450;" value="&lt;b&gt;ARM&lt;/b&gt; Template (Json format)&amp;nbsp;&lt;div&gt;&lt;b&gt;Azure&lt;/b&gt; Biceps&lt;/div&gt;&lt;div&gt;&lt;b&gt;Azure&lt;/b&gt; Blue Prints&amp;nbsp;&lt;/div&gt;&lt;div&gt;&lt;br&gt;&lt;/div&gt;&lt;div&gt;&lt;b&gt;Terraform&amp;nbsp;&lt;/b&gt;&lt;/div&gt;" vertex="1">
          <mxGeometry height="100" width="170" x="650" y="4330" as="geometry" />
        </mxCell>
        <mxCell id="m2yAFZURwQzL_4JhR4vO-37" edge="1" parent="1" source="ik6IsKgd0wWjUEhBft66-15" style="edgeStyle=orthogonalEdgeStyle;rounded=0;orthogonalLoop=1;jettySize=auto;html=1;exitX=0.5;exitY=1;exitDx=0;exitDy=0;" target="ik6IsKgd0wWjUEhBft66-15">
          <mxGeometry relative="1" as="geometry" />
+         </mxCell>
+         <mxCell id="EnjcHvna591Kqcv2CICR-2" parent="1" style="rounded=1;whiteSpace=wrap;html=1;fillColor=#ffe6cc;strokeColor=#d79b00;align=left;" value="&amp;nbsp; &amp;nbsp; &amp;nbsp; &amp;nbsp; &amp;nbsp; &amp;nbsp; &lt;b&gt;&amp;nbsp; &amp;nbsp; &amp;nbsp; &amp;nbsp; &amp;nbsp; &amp;nbsp; Problems&lt;/b&gt;&lt;div&gt;&lt;ul&gt;&lt;li&gt;a lot of commands to remember&lt;/li&gt;&lt;li&gt;creates the resources one by one&amp;nbsp;&lt;/li&gt;&lt;li&gt;anyone can delete the resource without having any track&lt;/li&gt;&lt;li&gt;not taking reconfirmation while creating the resources&amp;nbsp;&lt;/li&gt;&lt;li&gt;we can make the resources only on cli&lt;/li&gt;&lt;/ul&gt;&lt;/div&gt;" vertex="1">
+           <mxGeometry height="150" width="230" x="230" y="4340" as="geometry" />
+         </mxCell>
+         <mxCell id="EnjcHvna591Kqcv2CICR-4" edge="1" parent="1" source="EnjcHvna591Kqcv2CICR-3" style="edgeStyle=orthogonalEdgeStyle;rounded=0;orthogonalLoop=1;jettySize=auto;html=1;">
+           <mxGeometry relative="1" as="geometry">
+             <mxPoint x="260" y="4610" as="targetPoint" />
+           </mxGeometry>
+         </mxCell>
+         <mxCell id="EnjcHvna591Kqcv2CICR-6" edge="1" parent="1" source="EnjcHvna591Kqcv2CICR-3" style="edgeStyle=orthogonalEdgeStyle;rounded=0;orthogonalLoop=1;jettySize=auto;html=1;">
+           <mxGeometry relative="1" as="geometry">
+             <mxPoint x="400" y="4610" as="targetPoint" />
+           </mxGeometry>
+         </mxCell>
+         <mxCell id="EnjcHvna591Kqcv2CICR-9" edge="1" parent="1" source="EnjcHvna591Kqcv2CICR-3" style="edgeStyle=orthogonalEdgeStyle;rounded=0;orthogonalLoop=1;jettySize=auto;html=1;" target="EnjcHvna591Kqcv2CICR-8" value="">
+           <mxGeometry relative="1" as="geometry">
+             <Array as="points">
+               <mxPoint x="610" y="4585" />
+               <mxPoint x="614" y="4585" />
+             </Array>
+           </mxGeometry>
+         </mxCell>
+         <mxCell id="EnjcHvna591Kqcv2CICR-11" edge="1" parent="1" source="EnjcHvna591Kqcv2CICR-3" style="edgeStyle=orthogonalEdgeStyle;rounded=0;orthogonalLoop=1;jettySize=auto;html=1;" target="EnjcHvna591Kqcv2CICR-10" value="">
+           <mxGeometry relative="1" as="geometry">
+             <Array as="points">
+               <mxPoint x="910" y="4530" />
+             </Array>
+           </mxGeometry>
+         </mxCell>
+         <mxCell id="EnjcHvna591Kqcv2CICR-13" edge="1" parent="1" style="edgeStyle=orthogonalEdgeStyle;rounded=0;orthogonalLoop=1;jettySize=auto;html=1;exitX=0.884;exitY=0.956;exitDx=0;exitDy=0;exitPerimeter=0;" value="">
+           <mxGeometry relative="1" as="geometry">
+             <Array as="points">
+               <mxPoint x="802.5" y="4527" />
+             </Array>
+             <mxPoint x="687.5" y="4527.36" as="sourcePoint" />
+             <mxPoint x="802.5" y="4610" as="targetPoint" />
+           </mxGeometry>
+         </mxCell>
+         <mxCell id="EnjcHvna591Kqcv2CICR-3" parent="1" style="rounded=1;whiteSpace=wrap;html=1;fillColor=#d5e8d4;strokeColor=#82b366;" value="&lt;b&gt;Terraform&amp;nbsp;&lt;/b&gt;&lt;div&gt;&lt;b&gt;registry.terraform.io&lt;/b&gt;&lt;/div&gt;" vertex="1">
+           <mxGeometry height="60" width="360" x="412.5" y="4500" as="geometry" />
+         </mxCell>
+         <mxCell id="EnjcHvna591Kqcv2CICR-5" parent="1" style="rounded=1;whiteSpace=wrap;html=1;fillColor=#d5e8d4;strokeColor=#82b366;" value="It is an IaC (Infrastructure as a code) tool which manages and creates resources on any cloud platform&amp;nbsp;&lt;div&gt;declarative form of coding&amp;nbsp;&lt;/div&gt;" vertex="1">
+           <mxGeometry height="110" width="150" x="180" y="4610" as="geometry" />
+         </mxCell>
+         <mxCell id="EnjcHvna591Kqcv2CICR-7" parent="1" style="rounded=1;whiteSpace=wrap;html=1;fillColor=#d5e8d4;strokeColor=#82b366;" value="was designed by Hashicorp configuration" vertex="1">
+           <mxGeometry height="110" width="150" x="354.36" y="4610" as="geometry" />
+         </mxCell>
+         <mxCell id="EnjcHvna591Kqcv2CICR-8" parent="1" style="whiteSpace=wrap;html=1;fillColor=#d5e8d4;strokeColor=#82b366;rounded=1;" value="it is written in &lt;b&gt;golang lang&lt;/b&gt; but when we write anything on terraform it uses&lt;b&gt; HCL (hashicorp delcarative lang) &lt;/b&gt;to create resource" vertex="1">
+           <mxGeometry height="110" width="171.25" x="528.75" y="4610" as="geometry" />
+         </mxCell>
+         <mxCell id="EnjcHvna591Kqcv2CICR-10" parent="1" style="whiteSpace=wrap;html=1;fillColor=#d5e8d4;strokeColor=#82b366;rounded=1;" value="terraform block ke forms me coding krta hai {&amp;nbsp; }&amp;nbsp;" vertex="1">
+           <mxGeometry height="120" width="120" x="850" y="4600" as="geometry" />
+         </mxCell>
+         <mxCell id="EnjcHvna591Kqcv2CICR-12" parent="1" style="whiteSpace=wrap;html=1;fillColor=#d5e8d4;strokeColor=#82b366;rounded=1;" value="terraform me jo code likhte hai --&amp;gt; config file --&amp;gt; extension .tf&amp;nbsp;&lt;div&gt;&lt;br&gt;&lt;/div&gt;&lt;div&gt;resourcegroup.tf&lt;/div&gt;" vertex="1">
+           <mxGeometry height="120" width="120" x="725" y="4605" as="geometry" />
+         </mxCell>
+         <mxCell id="EnjcHvna591Kqcv2CICR-15" parent="1" style="rounded=1;whiteSpace=wrap;html=1;fillColor=#dae8fc;strokeColor=#6c8ebf;" value="multicloud support&amp;nbsp;&lt;div&gt;declarative form of coding&amp;nbsp;&lt;/div&gt;&lt;div&gt;open source&amp;nbsp;&lt;/div&gt;" vertex="1">
+           <mxGeometry height="50" width="343.29" x="384.34999999999997" y="4740" as="geometry" />
+         </mxCell>
+         <mxCell id="EnjcHvna591Kqcv2CICR-16" parent="1" style="rounded=1;whiteSpace=wrap;html=1;" value="&lt;b&gt;IDE Tool - VS Code&amp;nbsp;&lt;/b&gt;" vertex="1">
+           <mxGeometry height="40" width="405" x="347" y="4810" as="geometry" />
        </mxCell>
      </root>
    </mxGraphModel>
  </diagram>
</mxfile>
